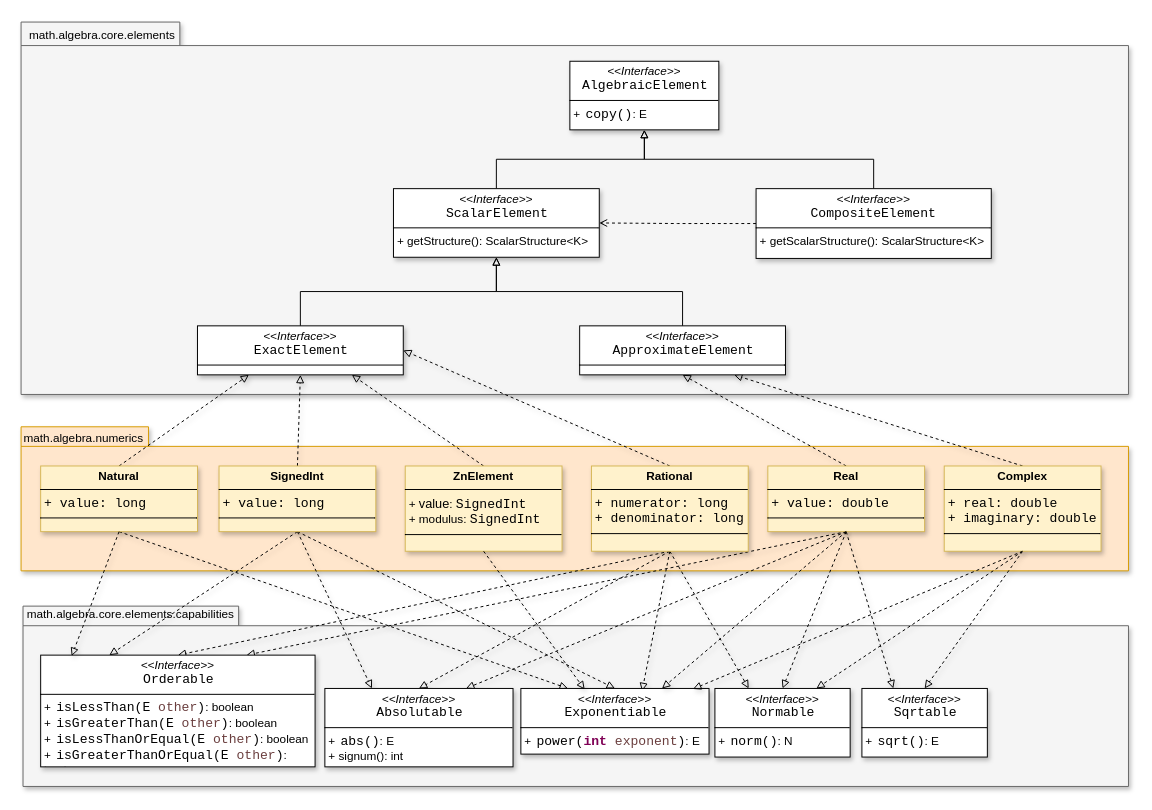
The draw.io diagram page "algebra-elements" (1 of 5) of resources/SMFN.drawio in gom9000/SMFN, before the edit. Source tidied: cells renumbered, new cells numbered last; positions are measured from the earlier drawing's top-left corner, leaving out a move shared by most shapes. Both pictures are drawn from the tidied source at 98%, with x=0, y=0 at pixel (21, 21).
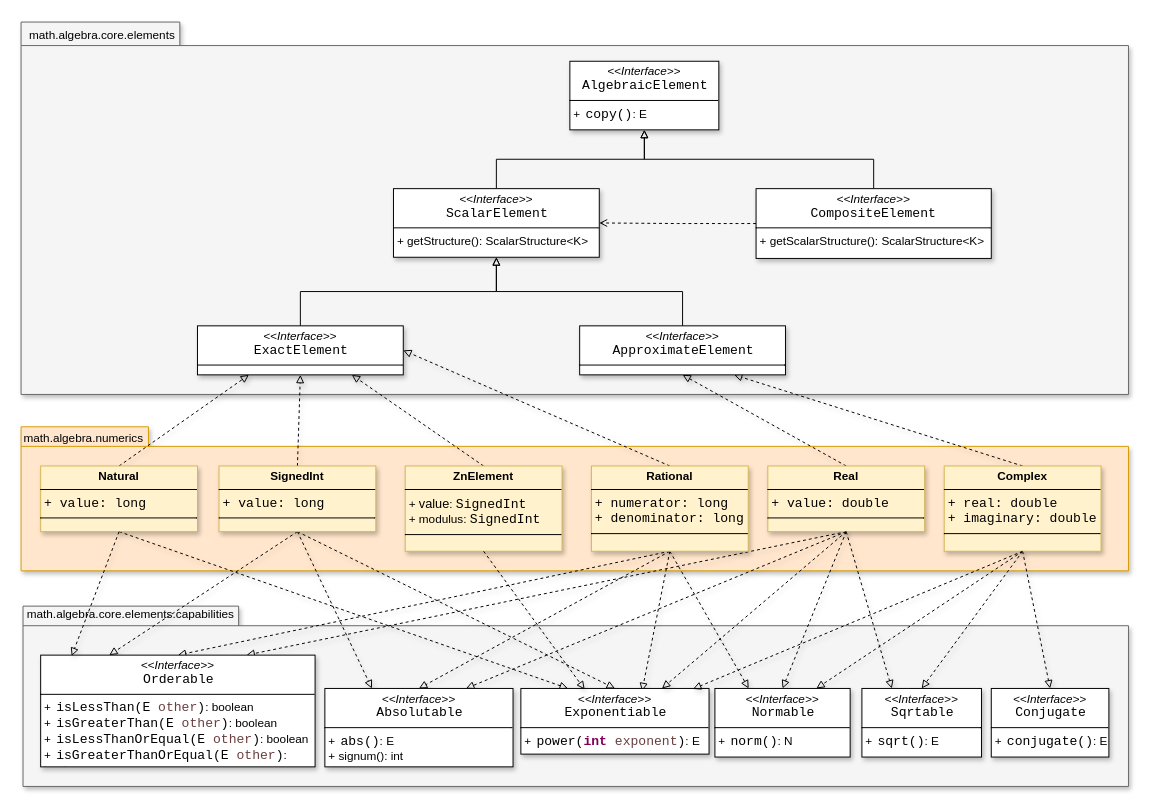
Above is the later version.

The change refers to these unchanged cells:
```xml
<mxCell id="28" value="&lt;p style=&quot;margin:0px;margin-top:4px;text-align:center;&quot;&gt;&lt;b style=&quot;&quot;&gt;Complex&lt;/b&gt;&lt;/p&gt;&lt;hr size=&quot;1&quot; style=&quot;border-style:solid;&quot;&gt;&lt;p style=&quot;margin:0px;margin-left:4px;&quot;&gt;&lt;span style=&quot;color: light-dark(rgb(0, 0, 0), rgb(255, 255, 255)); font-family: Consolas; font-size: 10pt; white-space: pre; background-color: transparent;&quot;&gt;+ real: double&lt;/span&gt;&lt;/p&gt;&lt;p style=&quot;margin:0px;margin-left:4px;&quot;&gt;&lt;span style=&quot;color: light-dark(rgb(0, 0, 0), rgb(255, 255, 255)); font-family: Consolas; font-size: 10pt; white-space: pre;&quot;&gt;+ imaginary: double&lt;/span&gt;&lt;/p&gt;&lt;hr size=&quot;1&quot; style=&quot;border-style:solid;&quot;&gt;&lt;p style=&quot;margin:0px;margin-left:4px;&quot;&gt;&lt;br&gt;&lt;/p&gt;" style="verticalAlign=top;align=left;overflow=fill;html=1;whiteSpace=wrap;fillColor=#fff2cc;strokeColor=#d6b656;labelBackgroundColor=none;shadow=1;" parent="1" vertex="1">
  <mxGeometry x="942" y="454" width="160" height="87" as="geometry" />
</mxCell>
```

Change to the diagram source:
```diff
@@
+    <mxCell id="53" style="rounded=0;jettySize=auto;html=1;exitX=0.5;exitY=1;exitDx=0;exitDy=0;entryX=0.5;entryY=0;entryDx=0;entryDy=0;shadow=1;dashed=1;strokeColor=default;align=center;verticalAlign=middle;fontFamily=Helvetica;fontSize=11;fontColor=default;labelBackgroundColor=none;endArrow=block;endFill=0;" parent="1" edge="1" source="28" target="54">
+      <mxGeometry relative="1" as="geometry" />
+    </mxCell>
@@
     <mxCell id="32" value="&lt;p style=&quot;margin:0px;margin-top:4px;text-align:center;&quot;&gt;&lt;i&gt;&amp;lt;&amp;lt;Interface&amp;gt;&amp;gt;&lt;/i&gt;&lt;br&gt;&lt;span style=&quot;padding: 0px 0px 0px 2px;&quot;&gt;&lt;span style=&quot;font-family: Consolas; font-size: 10pt; white-space: pre;&quot;&gt;&lt;span style=&quot;&quot;&gt;Sqrtable&lt;/span&gt;&lt;/span&gt;&lt;/span&gt;&lt;/p&gt;&lt;hr size=&quot;1&quot; style=&quot;border-style:solid;&quot;&gt;&lt;p style=&quot;margin:0px;margin-left:4px;&quot;&gt;&lt;/p&gt;&lt;p style=&quot;margin:0px;margin-left:4px;&quot;&gt;+&amp;nbsp;&lt;span style=&quot;padding: 0px 0px 0px 2px;&quot;&gt;&lt;span style=&quot;font-family: Consolas; font-size: 10pt; white-space: pre;&quot;&gt;&lt;span style=&quot;&quot;&gt;sqrt&lt;/span&gt;()&lt;/span&gt;&lt;/span&gt;: E&lt;/p&gt;" style="verticalAlign=top;align=left;overflow=fill;html=1;whiteSpace=wrap;labelBackgroundColor=none;shadow=1;" parent="1" vertex="1">
-      <mxGeometry x="858" y="681" width="128" height="70" as="geometry" />
+      <mxGeometry x="858" y="681" width="122" height="70" as="geometry" />
     </mxCell>
@@
+    <mxCell id="54" value="&lt;p style=&quot;margin:0px;margin-top:4px;text-align:center;&quot;&gt;&lt;i&gt;&amp;lt;&amp;lt;Interface&amp;gt;&amp;gt;&lt;/i&gt;&lt;br&gt;&lt;span style=&quot;padding: 0px 0px 0px 2px;&quot;&gt;&lt;span style=&quot;font-family: Consolas; font-size: 10pt; white-space: pre;&quot;&gt;&lt;span style=&quot;&quot;&gt;Conjugate&lt;/span&gt;&lt;/span&gt;&lt;/span&gt;&lt;/p&gt;&lt;hr size=&quot;1&quot; style=&quot;border-style:solid;&quot;&gt;&lt;p style=&quot;margin:0px;margin-left:4px;&quot;&gt;&lt;/p&gt;&lt;p style=&quot;margin:0px;margin-left:4px;&quot;&gt;+&amp;nbsp;&lt;span style=&quot;padding: 0px 0px 0px 2px;&quot;&gt;&lt;span style=&quot;font-family: Consolas; font-size: 10pt; white-space: pre;&quot;&gt;&lt;span style=&quot;&quot;&gt;conjugate&lt;/span&gt;()&lt;/span&gt;&lt;/span&gt;: E&lt;/p&gt;" style="verticalAlign=top;align=left;overflow=fill;html=1;whiteSpace=wrap;labelBackgroundColor=none;shadow=1;" parent="1" vertex="1">
+      <mxGeometry x="990" y="681" width="120" height="70" as="geometry" />
+    </mxCell>
```
